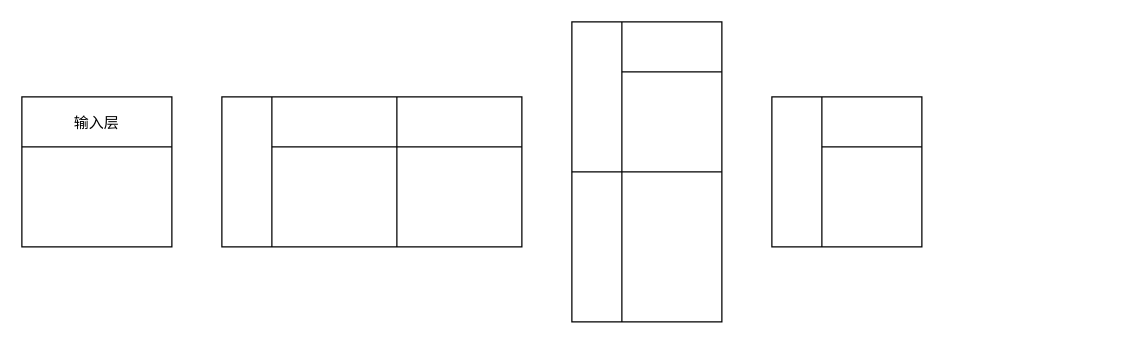
Above: page "第 2 页" (2 of 2) of PairDDI.drawio in 13-Strings/13-Strings (draw.io), before the change. Source tidied: cells renumbered, new cells numbered last; positions are measured from the earlier drawing's top-left corner, leaving out a move shared by most shapes. Both pictures are drawn from the tidied source at 125%, with x=0, y=0 at pixel (21, 21).
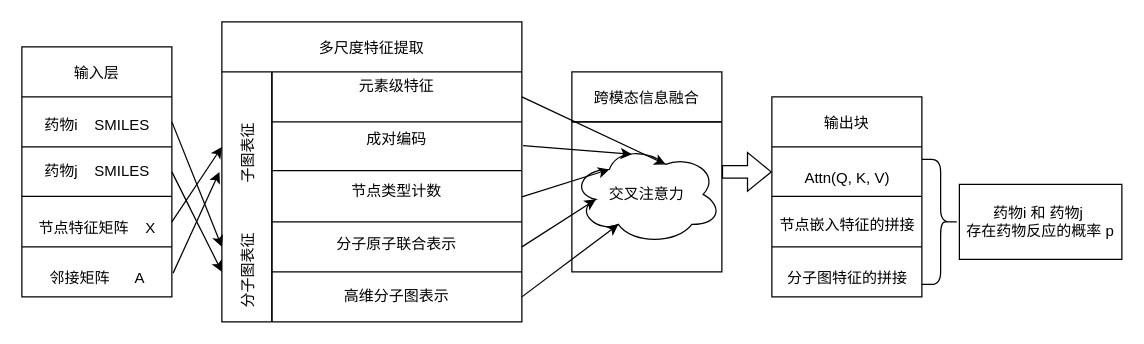
Above is the later version.

Diff of the diagram source:
```diff
@@
     <mxCell id="2" style="shape=table;childLayout=tableLayout;startSize=0;fillColor=none;" parent="1" vertex="1">
-      <mxGeometry y="60" width="120" height="120" as="geometry" />
+      <mxGeometry y="20" width="120" height="200" as="geometry" />
     </mxCell>
     <mxCell id="3" style="shape=tableRow;horizontal=0;swimlaneHead=0;swimlaneBody=0;top=0;left=0;strokeColor=inherit;bottom=0;right=0;fontStyle=0;fillColor=none;startSize=0;" parent="2" vertex="1">
-      <mxGeometry width="120" height="120" as="geometry" />
+      <mxGeometry width="120" height="200" as="geometry" />
     </mxCell>
     <mxCell id="4" value="输入层" style="swimlane;swimlaneHead=0;swimlaneBody=0;fontStyle=0;strokeColor=inherit;fillColor=none;startSize=40;" parent="3" vertex="1">
-      <mxGeometry width="120" height="120" as="geometry" />
+      <mxGeometry width="120" height="200" as="geometry" />
     </mxCell>
+    <mxCell id="17" style="endArrow=none;html=1;rounded=0;exitX=0;exitY=0.5;exitDx=0;exitDy=0;entryX=1;entryY=0.5;entryDx=0;entryDy=0;" parent="4" edge="1">
+      <mxGeometry relative="1" as="geometry">
+        <mxPoint y="80" as="sourcePoint" />
+        <mxPoint x="120" y="80" as="targetPoint" />
+      </mxGeometry>
+    </mxCell>
+    <mxCell id="18" style="endArrow=none;html=1;rounded=0;exitX=0;exitY=0.5;exitDx=0;exitDy=0;entryX=1;entryY=0.5;entryDx=0;entryDy=0;" parent="4" edge="1">
+      <mxGeometry relative="1" as="geometry">
+        <mxPoint y="119.5" as="sourcePoint" />
+        <mxPoint x="120" y="119.5" as="targetPoint" />
+      </mxGeometry>
+    </mxCell>
+    <mxCell id="19" style="endArrow=none;html=1;rounded=0;exitX=0;exitY=0.5;exitDx=0;exitDy=0;entryX=1;entryY=0.5;entryDx=0;entryDy=0;" parent="4" edge="1">
+      <mxGeometry relative="1" as="geometry">
+        <mxPoint y="160" as="sourcePoint" />
+        <mxPoint x="120" y="160" as="targetPoint" />
+      </mxGeometry>
+    </mxCell>
+    <mxCell id="20" value="药物j&amp;nbsp; &amp;nbsp; SMILES" style="text;html=1;align=center;verticalAlign=middle;strokeColor=none;fillColor=none;" parent="4" vertex="1">
+      <mxGeometry x="5" y="85" width="110" height="30" as="geometry" />
+    </mxCell>
+    <mxCell id="21" value="节点特征矩阵&amp;nbsp; &amp;nbsp; X" style="text;html=1;align=center;verticalAlign=middle;strokeColor=none;fillColor=none;" parent="4" vertex="1">
+      <mxGeometry y="130" width="120" height="30" as="geometry" />
+    </mxCell>
+    <mxCell id="22" value="邻接矩阵&amp;nbsp; &amp;nbsp; &amp;nbsp; A" style="text;html=1;align=center;verticalAlign=middle;strokeColor=none;fillColor=none;" parent="4" vertex="1">
+      <mxGeometry x="10" y="170" width="100" height="30" as="geometry" />
+    </mxCell>
     <mxCell id="5" style="shape=table;childLayout=tableLayout;startSize=0;fillColor=none;" parent="1" vertex="1">
-      <mxGeometry x="600" y="60" width="120" height="120" as="geometry" />
+      <mxGeometry x="600" y="60" width="120" height="160" as="geometry" />
     </mxCell>
-    <mxCell id="6" style="shape=tableRow;horizontal=0;swimlaneHead=0;swimlaneBody=0;top=0;left=0;strokeColor=inherit;bottom=0;right=0;fontStyle=0;fillColor=none;points=[[0,0.5],[1,0.5]];portConstraint=eastwest;startSize=40;" parent="5" vertex="1">
-      <mxGeometry width="120" height="120" as="geometry" />
+    <mxCell id="6" style="shape=tableRow;horizontal=0;swimlaneHead=0;swimlaneBody=0;top=0;left=0;strokeColor=inherit;bottom=0;right=0;fontStyle=0;fillColor=none;points=[[0,0.5],[1,0.5]];portConstraint=eastwest;startSize=0;" parent="5" vertex="1">
+      <mxGeometry width="120" height="160" as="geometry" />
     </mxCell>
-    <mxCell id="7" style="swimlane;swimlaneHead=0;swimlaneBody=0;fontStyle=0;strokeColor=inherit;fillColor=none;startSize=40;" parent="6" vertex="1">
-      <mxGeometry x="40" width="80" height="120" as="geometry" />
+    <mxCell id="7" value="输出块" style="swimlane;swimlaneHead=0;swimlaneBody=0;fontStyle=0;strokeColor=inherit;fillColor=none;startSize=40;" parent="6" vertex="1">
+      <mxGeometry width="120" height="160" as="geometry" />
     </mxCell>
+    <mxCell id="23" style="endArrow=none;html=1;rounded=0;" parent="7" edge="1" target="6">
+      <mxGeometry relative="1" as="geometry">
+        <mxPoint y="75" as="sourcePoint" />
+      </mxGeometry>
+    </mxCell>
+    <mxCell id="24" style="endArrow=none;html=1;rounded=0;entryX=1;entryY=0.75;entryDx=0;entryDy=0;entryPerimeter=0;" parent="7" edge="1" target="6">
+      <mxGeometry relative="1" as="geometry">
+        <mxPoint y="120" as="sourcePoint" />
+        <Array as="points">
+          <mxPoint x="60" y="120" />
+          <mxPoint x="110" y="120" />
+        </Array>
+      </mxGeometry>
+    </mxCell>
+    <mxCell id="25" style="endArrow=none;html=1;rounded=0;entryX=1;entryY=0.75;entryDx=0;entryDy=0;entryPerimeter=0;" parent="7" edge="1">
+      <mxGeometry relative="1" as="geometry">
+        <mxPoint y="79.5" as="sourcePoint" />
+        <mxPoint x="120" y="79.5" as="targetPoint" />
+        <Array as="points">
+          <mxPoint x="60" y="79.5" />
+          <mxPoint x="110" y="79.5" />
+        </Array>
+      </mxGeometry>
+    </mxCell>
+    <mxCell id="26" value="Attn(Q, K, V)" style="text;html=1;align=center;verticalAlign=middle;strokeColor=none;fillColor=none;" parent="7" vertex="1">
+      <mxGeometry x="15" y="50" width="90" height="30" as="geometry" />
+    </mxCell>
+    <mxCell id="27" value="分子图特征的拼接" style="text;html=1;align=center;verticalAlign=middle;strokeColor=none;fillColor=none;" parent="7" vertex="1">
+      <mxGeometry y="130" width="120" height="30" as="geometry" />
+    </mxCell>
-    <mxCell id="8" style="shape=table;childLayout=tableLayout;startSize=0;fillColor=none;" parent="1" vertex="1">
-      <mxGeometry x="160" y="60" width="240" height="120" as="geometry" />
+    <mxCell id="8" value="多尺度特征提取" style="shape=table;childLayout=tableLayout;startSize=40;fillColor=none;" parent="1" vertex="1">
+      <mxGeometry x="160" width="240" height="240" as="geometry" />
     </mxCell>
-    <mxCell id="9" style="shape=tableRow;horizontal=0;swimlaneHead=0;swimlaneBody=0;top=0;left=0;strokeColor=inherit;bottom=0;right=0;fontStyle=0;fillColor=none;points=[[0,0.5],[1,0.5]];portConstraint=eastwest;startSize=40;" parent="8" vertex="1">
-      <mxGeometry width="240" height="120" as="geometry" />
+    <mxCell id="9" style="shape=tableRow;horizontal=0;swimlaneHead=0;swimlaneBody=0;top=0;left=0;strokeColor=inherit;bottom=0;right=0;fontStyle=0;fillColor=none;points=[[0,0.5],[1,0.5]];portConstraint=eastwest;startSize=0;" parent="8" vertex="1">
+      <mxGeometry y="40" width="240" height="200" as="geometry" />
     </mxCell>
-    <mxCell id="10" style="swimlane;swimlaneHead=0;swimlaneBody=0;fontStyle=0;strokeColor=inherit;fillColor=none;startSize=40;" parent="9" vertex="1">
-      <mxGeometry x="40" width="100" height="120" as="geometry" />
+    <mxCell id="10" value="   分子图表征            子图表征" style="swimlane;swimlaneHead=0;swimlaneBody=0;fontStyle=0;strokeColor=inherit;fillColor=none;startSize=120;horizontal=0;align=left;" parent="9" vertex="1">
+      <mxGeometry width="40" height="200" as="geometry" />
     </mxCell>
-    <mxCell id="11" style="swimlane;swimlaneHead=0;swimlaneBody=0;fontStyle=0;strokeColor=inherit;fillColor=none;startSize=40;" parent="9" vertex="1">
-      <mxGeometry x="140" width="100" height="120" as="geometry" />
+    <mxCell id="11" value="&#10;&#10;&#10;&#10;&#10;&#10;元素级特征&#10;&#10;&#10;成对编码&#10;&#10;&#10;节点类型计数&#10;&#10;&#10;分子原子联合表示&#10;&#10;&#10;高维分子图表示&#10;" style="swimlane;swimlaneHead=0;swimlaneBody=0;fontStyle=0;strokeColor=inherit;fillColor=none;startSize=120;labelBackgroundColor=none;" parent="9" vertex="1">
+      <mxGeometry x="40" width="200" height="200" as="geometry" />
     </mxCell>
+    <mxCell id="28" style="endArrow=none;html=1;rounded=0;" parent="11" edge="1">
+      <mxGeometry relative="1" as="geometry">
+        <mxPoint y="160" as="sourcePoint" />
+        <mxPoint x="200" y="160" as="targetPoint" />
+      </mxGeometry>
+    </mxCell>
+    <mxCell id="29" style="endArrow=none;html=1;rounded=0;" parent="11" edge="1">
+      <mxGeometry relative="1" as="geometry">
+        <mxPoint y="79" as="sourcePoint" />
+        <mxPoint x="200" y="79" as="targetPoint" />
+      </mxGeometry>
+    </mxCell>
+    <mxCell id="30" style="endArrow=none;html=1;rounded=0;" parent="11" edge="1">
+      <mxGeometry relative="1" as="geometry">
+        <mxPoint y="40" as="sourcePoint" />
+        <mxPoint x="200" y="40" as="targetPoint" />
+      </mxGeometry>
+    </mxCell>
     <mxCell id="12" style="shape=table;childLayout=tableLayout;startSize=0;fillColor=none;" parent="1" vertex="1">
-      <mxGeometry x="440" width="120" height="240" as="geometry" />
+      <mxGeometry x="440" y="40" width="120" height="160" as="geometry" />
     </mxCell>
-    <mxCell id="13" style="shape=tableRow;horizontal=0;swimlaneHead=0;swimlaneBody=0;top=0;left=0;strokeColor=inherit;bottom=0;right=0;fontStyle=0;fillColor=none;startSize=40;" parent="12" vertex="1">
-      <mxGeometry width="120" height="120" as="geometry" />
+    <mxCell id="13" style="shape=tableRow;horizontal=0;swimlaneHead=0;swimlaneBody=0;top=0;left=0;strokeColor=inherit;bottom=0;right=0;fontStyle=0;fillColor=none;startSize=0;" parent="12" vertex="1">
+      <mxGeometry width="120" height="40" as="geometry" />
     </mxCell>
-    <mxCell id="14" style="swimlane;swimlaneHead=0;swimlaneBody=0;fontStyle=0;strokeColor=inherit;fillColor=none;startSize=40;" parent="13" vertex="1">
-      <mxGeometry x="40" width="80" height="120" as="geometry" />
+    <mxCell id="14" value="跨模态信息融合" style="swimlane;swimlaneHead=0;swimlaneBody=0;fontStyle=0;strokeColor=inherit;fillColor=none;startSize=40;" parent="13" vertex="1">
+      <mxGeometry width="120" height="40" as="geometry" />
     </mxCell>
-    <mxCell id="15" style="shape=tableRow;horizontal=0;swimlaneHead=0;swimlaneBody=0;top=0;left=0;strokeColor=inherit;bottom=0;right=0;fontStyle=0;fillColor=none;startSize=40;" parent="12" vertex="1">
-      <mxGeometry y="120" width="120" height="120" as="geometry" />
+    <mxCell id="15" style="shape=tableRow;horizontal=0;swimlaneHead=0;swimlaneBody=0;top=0;left=0;strokeColor=inherit;bottom=0;right=0;fontStyle=0;fillColor=none;startSize=0;" parent="12" vertex="1">
+      <mxGeometry y="40" width="120" height="120" as="geometry" />
     </mxCell>
     <mxCell id="16" style="swimlane;swimlaneHead=0;swimlaneBody=0;fontStyle=0;strokeColor=inherit;fillColor=none;startSize=0;" parent="15" vertex="1">
-      <mxGeometry x="40" width="80" height="120" as="geometry" />
+      <mxGeometry width="120" height="120" as="geometry" />
     </mxCell>
+    <mxCell id="31" value="交叉注意力" style="ellipse;shape=cloud;whiteSpace=wrap;html=1;" parent="16" vertex="1">
+      <mxGeometry y="18" width="120" height="80" as="geometry" />
+    </mxCell>
+    <mxCell id="32" value="药物i&amp;nbsp; &amp;nbsp; SMILES" style="text;html=1;align=center;verticalAlign=middle;strokeColor=none;fillColor=none;" parent="1" vertex="1">
+      <mxGeometry x="5" y="68" width="110" height="30" as="geometry" />
+    </mxCell>
+    <mxCell id="33" value="节点嵌入特征的拼接" style="text;html=1;align=center;verticalAlign=middle;strokeColor=none;fillColor=none;" parent="1" vertex="1">
+      <mxGeometry x="595" y="148" width="130" height="30" as="geometry" />
+    </mxCell>
+    <mxCell id="34" style="endArrow=classic;html=1;rounded=0;exitX=1.008;exitY=0.905;exitDx=0;exitDy=0;exitPerimeter=0;entryX=-0.008;entryY=0.4;entryDx=0;entryDy=0;entryPerimeter=0;" parent="1" edge="1" source="2" target="9">
+      <mxGeometry relative="1" as="geometry" />
+    </mxCell>
+    <mxCell id="35" style="endArrow=classic;html=1;rounded=0;entryX=0;entryY=0.3;entryDx=0;entryDy=0;entryPerimeter=0;" parent="1" edge="1" target="9">
+      <mxGeometry relative="1" as="geometry">
+        <mxPoint x="120" y="160" as="sourcePoint" />
+      </mxGeometry>
+    </mxCell>
+    <mxCell id="36" style="endArrow=classic;html=1;rounded=0;" parent="1" edge="1">
+      <mxGeometry relative="1" as="geometry">
+        <mxPoint x="120" y="80" as="sourcePoint" />
+        <mxPoint x="160" y="180" as="targetPoint" />
+      </mxGeometry>
+    </mxCell>
+    <mxCell id="37" style="endArrow=classic;html=1;rounded=0;" parent="1" edge="1">
+      <mxGeometry relative="1" as="geometry">
+        <mxPoint x="120" y="120" as="sourcePoint" />
+        <mxPoint x="160" y="200" as="targetPoint" />
+      </mxGeometry>
+    </mxCell>
+    <mxCell id="38" style="endArrow=classic;html=1;rounded=0;entryX=0.31;entryY=0.8;entryDx=0;entryDy=0;entryPerimeter=0;" parent="1" edge="1" target="31">
+      <mxGeometry relative="1" as="geometry">
+        <mxPoint x="400" y="220" as="sourcePoint" />
+      </mxGeometry>
+    </mxCell>
+    <mxCell id="39" style="endArrow=classic;html=1;rounded=0;exitX=1;exitY=0.75;exitDx=0;exitDy=0;entryX=0.16;entryY=0.55;entryDx=0;entryDy=0;entryPerimeter=0;" parent="1" edge="1" source="8" target="31">
+      <mxGeometry relative="1" as="geometry" />
+    </mxCell>
+    <mxCell id="40" style="endArrow=classic;html=1;rounded=0;exitX=1;exitY=0.5;exitDx=0;exitDy=0;entryX=0.25;entryY=0.25;entryDx=0;entryDy=0;entryPerimeter=0;" parent="1" edge="1" source="9" target="31">
+      <mxGeometry relative="1" as="geometry" />
+    </mxCell>
+    <mxCell id="41" style="endArrow=classic;html=1;rounded=0;exitX=1.004;exitY=0.295;exitDx=0;exitDy=0;exitPerimeter=0;entryX=0.4;entryY=0.1;entryDx=0;entryDy=0;entryPerimeter=0;" parent="1" edge="1" source="9" target="31">
+      <mxGeometry relative="1" as="geometry" />
+    </mxCell>
+    <mxCell id="42" style="endArrow=classic;html=1;rounded=0;exitX=1;exitY=0.1;exitDx=0;exitDy=0;exitPerimeter=0;entryX=0.625;entryY=0.2;entryDx=0;entryDy=0;entryPerimeter=0;" parent="1" edge="1" source="9" target="31">
+      <mxGeometry relative="1" as="geometry" />
+    </mxCell>
+    <mxCell id="43" style="shape=flexArrow;endArrow=classic;html=1;rounded=0;exitX=1;exitY=0.5;exitDx=0;exitDy=0;entryX=-0.025;entryY=0.388;entryDx=0;entryDy=0;entryPerimeter=0;" parent="1" edge="1" source="12">
+      <mxGeometry relative="1" as="geometry">
+        <mxPoint x="600" y="120" as="targetPoint" />
+      </mxGeometry>
+    </mxCell>
+    <mxCell id="44" value="药物i 和 药物j&amp;nbsp;&lt;div&gt;存在药物反应的概率 p&lt;/div&gt;" style="rounded=0;whiteSpace=wrap;html=1;" parent="1" vertex="1">
+      <mxGeometry x="750" y="130" width="130" height="60" as="geometry" />
+    </mxCell>
+    <mxCell id="45" style="shape=curlyBracket;whiteSpace=wrap;html=1;rounded=1;flipH=1;labelPosition=right;verticalLabelPosition=middle;align=left;verticalAlign=middle;" parent="1" vertex="1">
+      <mxGeometry x="720" y="110" width="30" height="100" as="geometry" />
+    </mxCell>
```
